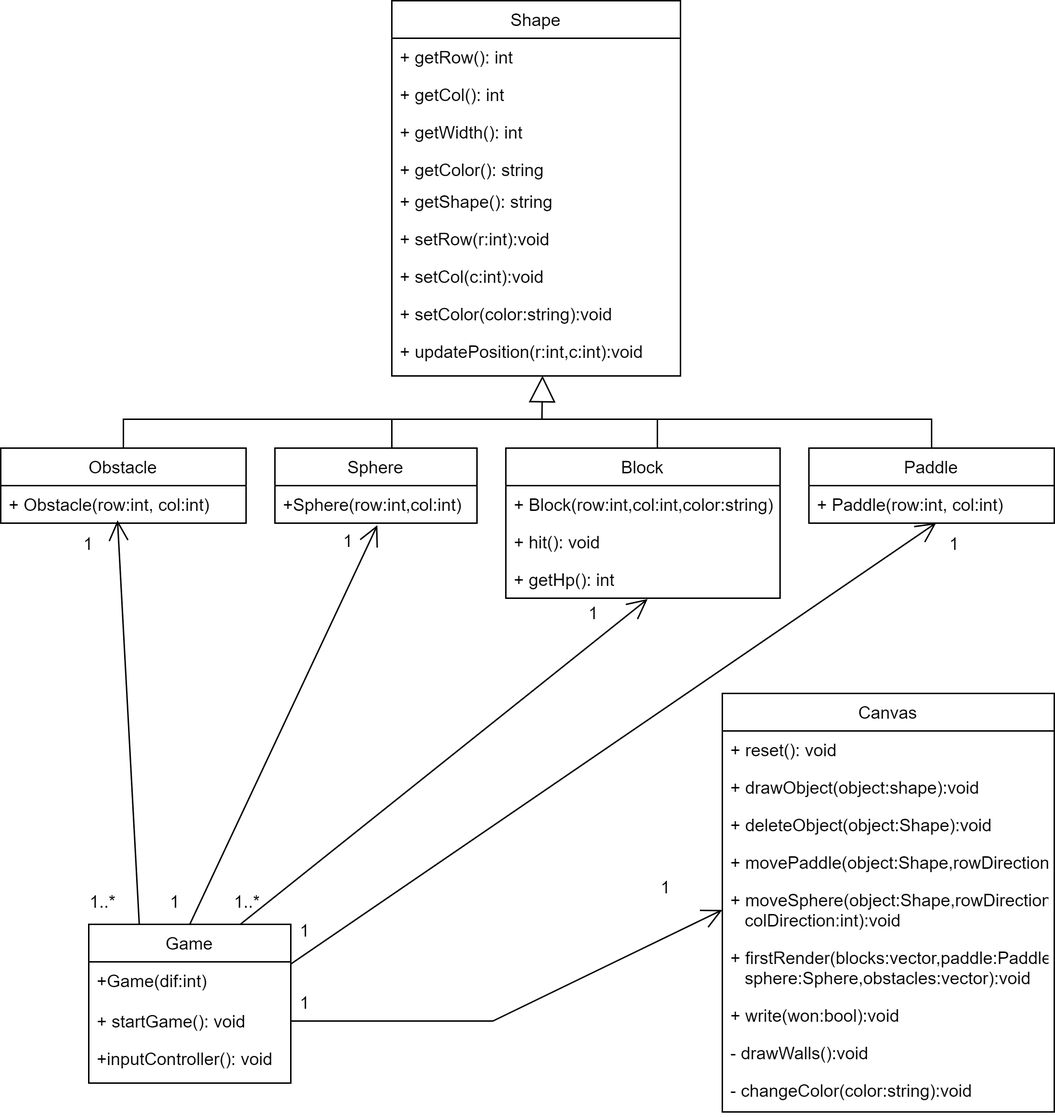
Above: Report/img/UML.png in simonetome/AOS-Miosix-Breakout (draw.io), before the change. Source tidied: cells renumbered, new cells last; positions are measured from the earlier drawing's top-left corner, leaving out a move shared by most shapes.
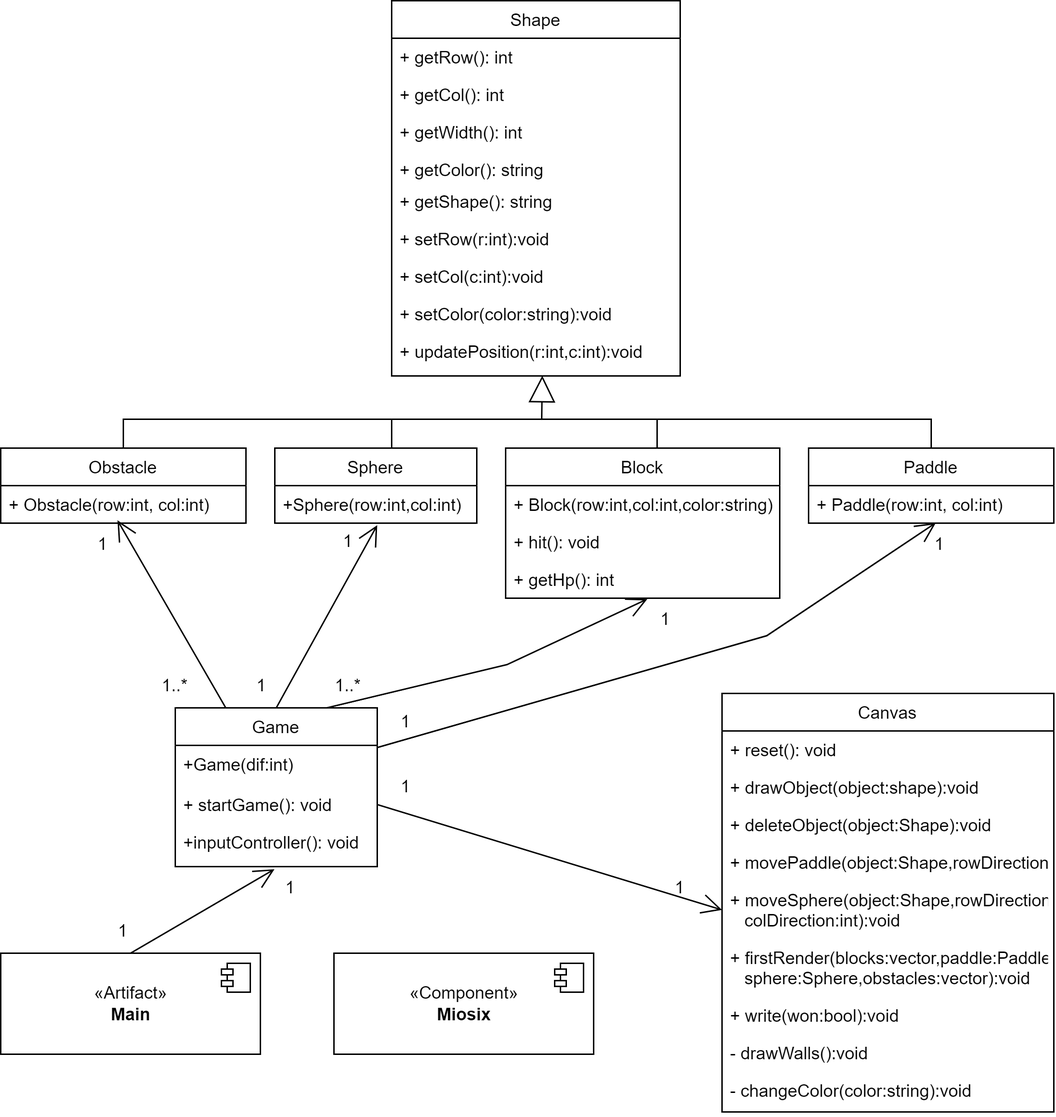
After the commit.

What changed in the source:
```diff
@@ -3,7 +3,7 @@
     <mxCell id="0" />
     <mxCell id="1" parent="0" />
     <mxCell id="2" value="Game" style="swimlane;fontStyle=0;horizontal=1;startSize=26;fillColor=none;" parent="1" vertex="1">
-      <mxGeometry x="61" y="640" width="140" height="110" as="geometry" />
+      <mxGeometry x="121" y="490" width="140" height="110" as="geometry" />
     </mxCell>
     <mxCell id="3" value="+Game(dif:int)" style="text;strokeColor=none;fillColor=none;align=left;verticalAlign=top;spacingLeft=4;spacingRight=4;overflow=hidden;" parent="2" vertex="1">
       <mxGeometry y="26" width="140" height="28" as="geometry" />
@@ -130,17 +130,13 @@
       </mxGeometry>
     </mxCell>
     <mxCell id="40" style="endArrow=open;endFill=1;endSize=12;html=1;rounded=0;exitX=1;exitY=0.5;exitDx=0;exitDy=0;entryX=0;entryY=0.5;entryDx=0;entryDy=0;" parent="1" edge="1" source="4" target="31">
-      <mxGeometry relative="1" as="geometry">
-        <Array as="points">
-          <mxPoint x="341" y="707" />
-        </Array>
-      </mxGeometry>
+      <mxGeometry relative="1" as="geometry" />
     </mxCell>
     <mxCell id="41" value="1" style="text;html=1;strokeColor=none;fillColor=none;align=center;verticalAlign=middle;whiteSpace=wrap;rounded=0;" parent="1" vertex="1">
-      <mxGeometry x="181" y="680" width="60" height="30" as="geometry" />
+      <mxGeometry x="251" y="530" width="60" height="30" as="geometry" />
     </mxCell>
     <mxCell id="42" value="1" style="text;html=1;strokeColor=none;fillColor=none;align=center;verticalAlign=middle;whiteSpace=wrap;rounded=0;" parent="1" vertex="1">
-      <mxGeometry x="431" y="600" width="60" height="30" as="geometry" />
+      <mxGeometry x="441" y="600" width="60" height="30" as="geometry" />
     </mxCell>
     <mxCell id="43" style="endArrow=open;endFill=1;endSize=12;html=1;rounded=0;exitX=0.25;exitY=0;exitDx=0;exitDy=0;entryX=0.476;entryY=0.923;entryDx=0;entryDy=0;entryPerimeter=0;" parent="1" edge="1" source="2" target="13">
       <mxGeometry relative="1" as="geometry" />
@@ -149,34 +145,67 @@
       <mxGeometry relative="1" as="geometry" />
     </mxCell>
     <mxCell id="45" style="endArrow=open;endFill=1;endSize=12;html=1;rounded=0;exitX=0.75;exitY=0;exitDx=0;exitDy=0;entryX=0.517;entryY=1.023;entryDx=0;entryDy=0;entryPerimeter=0;" parent="1" edge="1" source="2" target="11">
-      <mxGeometry relative="1" as="geometry" />
+      <mxGeometry relative="1" as="geometry">
+        <Array as="points">
+          <mxPoint x="351" y="460" />
+        </Array>
+      </mxGeometry>
     </mxCell>
     <mxCell id="46" style="endArrow=open;endFill=1;endSize=12;html=1;rounded=0;entryX=0.519;entryY=0.992;entryDx=0;entryDy=0;entryPerimeter=0;exitX=1;exitY=0.25;exitDx=0;exitDy=0;" parent="1" edge="1" source="2" target="15">
-      <mxGeometry relative="1" as="geometry" />
+      <mxGeometry relative="1" as="geometry">
+        <Array as="points">
+          <mxPoint x="531" y="440" />
+        </Array>
+      </mxGeometry>
     </mxCell>
     <mxCell id="47" value="1" style="text;html=1;strokeColor=none;fillColor=none;align=center;verticalAlign=middle;whiteSpace=wrap;rounded=0;" parent="1" vertex="1">
-      <mxGeometry x="631" y="362" width="60" height="30" as="geometry" />
+      <mxGeometry x="621" y="362" width="60" height="30" as="geometry" />
     </mxCell>
     <mxCell id="48" value="1" style="text;html=1;strokeColor=none;fillColor=none;align=center;verticalAlign=middle;whiteSpace=wrap;rounded=0;" parent="1" vertex="1">
-      <mxGeometry x="181" y="630" width="60" height="30" as="geometry" />
+      <mxGeometry x="251" y="490" width="60" height="20" as="geometry" />
     </mxCell>
     <mxCell id="49" value="1" style="text;html=1;strokeColor=none;fillColor=none;align=center;verticalAlign=middle;whiteSpace=wrap;rounded=0;" parent="1" vertex="1">
       <mxGeometry x="211" y="360" width="60" height="30" as="geometry" />
     </mxCell>
     <mxCell id="50" value="1" style="text;html=1;strokeColor=none;fillColor=none;align=center;verticalAlign=middle;whiteSpace=wrap;rounded=0;" parent="1" vertex="1">
-      <mxGeometry x="91" y="610" width="60" height="30" as="geometry" />
+      <mxGeometry x="151" y="460" width="60" height="30" as="geometry" />
     </mxCell>
     <mxCell id="51" value="1" style="text;html=1;strokeColor=none;fillColor=none;align=center;verticalAlign=middle;whiteSpace=wrap;rounded=0;" parent="1" vertex="1">
-      <mxGeometry x="31" y="362" width="60" height="30" as="geometry" />
+      <mxGeometry x="41" y="362" width="60" height="30" as="geometry" />
     </mxCell>
     <mxCell id="52" value="1" style="text;html=1;strokeColor=none;fillColor=none;align=center;verticalAlign=middle;whiteSpace=wrap;rounded=0;" parent="1" vertex="1">
-      <mxGeometry x="381" y="410" width="60" height="30" as="geometry" />
+      <mxGeometry x="431" y="414" width="60" height="30" as="geometry" />
     </mxCell>
     <mxCell id="53" value="1..*" style="text;html=1;strokeColor=none;fillColor=none;align=center;verticalAlign=middle;whiteSpace=wrap;rounded=0;" parent="1" vertex="1">
-      <mxGeometry x="41" y="610" width="60" height="30" as="geometry" />
+      <mxGeometry x="91" y="460" width="60" height="30" as="geometry" />
     </mxCell>
     <mxCell id="54" value="1..*" style="text;html=1;strokeColor=none;fillColor=none;align=center;verticalAlign=middle;whiteSpace=wrap;rounded=0;" parent="1" vertex="1">
-      <mxGeometry x="141" y="610" width="60" height="30" as="geometry" />
+      <mxGeometry x="211" y="460" width="60" height="30" as="geometry" />
     </mxCell>
+    <mxCell id="55" value="«Component»&lt;br&gt;&lt;b&gt;Miosix&lt;/b&gt;" style="html=1;" parent="1" vertex="1">
+      <mxGeometry x="231" y="660" width="180" height="70" as="geometry" />
+    </mxCell>
+    <mxCell id="56" style="shape=module;jettyWidth=8;jettyHeight=4;" parent="55" vertex="1">
+      <mxGeometry x="1" width="20" height="20" relative="1" as="geometry">
+        <mxPoint x="-27" y="7" as="offset" />
+      </mxGeometry>
+    </mxCell>
+    <mxCell id="57" value="«Artifact»&lt;br&gt;&lt;b&gt;Main&lt;/b&gt;" style="html=1;" parent="1" vertex="1">
+      <mxGeometry y="660" width="180" height="70" as="geometry" />
+    </mxCell>
+    <mxCell id="58" style="shape=module;jettyWidth=8;jettyHeight=4;" parent="57" vertex="1">
+      <mxGeometry x="1" width="20" height="20" relative="1" as="geometry">
+        <mxPoint x="-27" y="7" as="offset" />
+      </mxGeometry>
+    </mxCell>
+    <mxCell id="59" style="endArrow=open;endFill=1;endSize=12;html=1;rounded=0;exitX=0.5;exitY=0;exitDx=0;exitDy=0;entryX=0.491;entryY=1.06;entryDx=0;entryDy=0;entryPerimeter=0;" parent="1" edge="1" source="57" target="5">
+      <mxGeometry relative="1" as="geometry" />
+    </mxCell>
+    <mxCell id="60" value="1" style="text;html=1;strokeColor=none;fillColor=none;align=center;verticalAlign=middle;whiteSpace=wrap;rounded=0;" parent="1" vertex="1">
+      <mxGeometry x="55" y="630" width="60" height="30" as="geometry" />
+    </mxCell>
+    <mxCell id="61" value="1" style="text;html=1;strokeColor=none;fillColor=none;align=center;verticalAlign=middle;whiteSpace=wrap;rounded=0;" parent="1" vertex="1">
+      <mxGeometry x="171" y="600" width="60" height="30" as="geometry" />
+    </mxCell>
   </root>
 </mxGraphModel>
```
